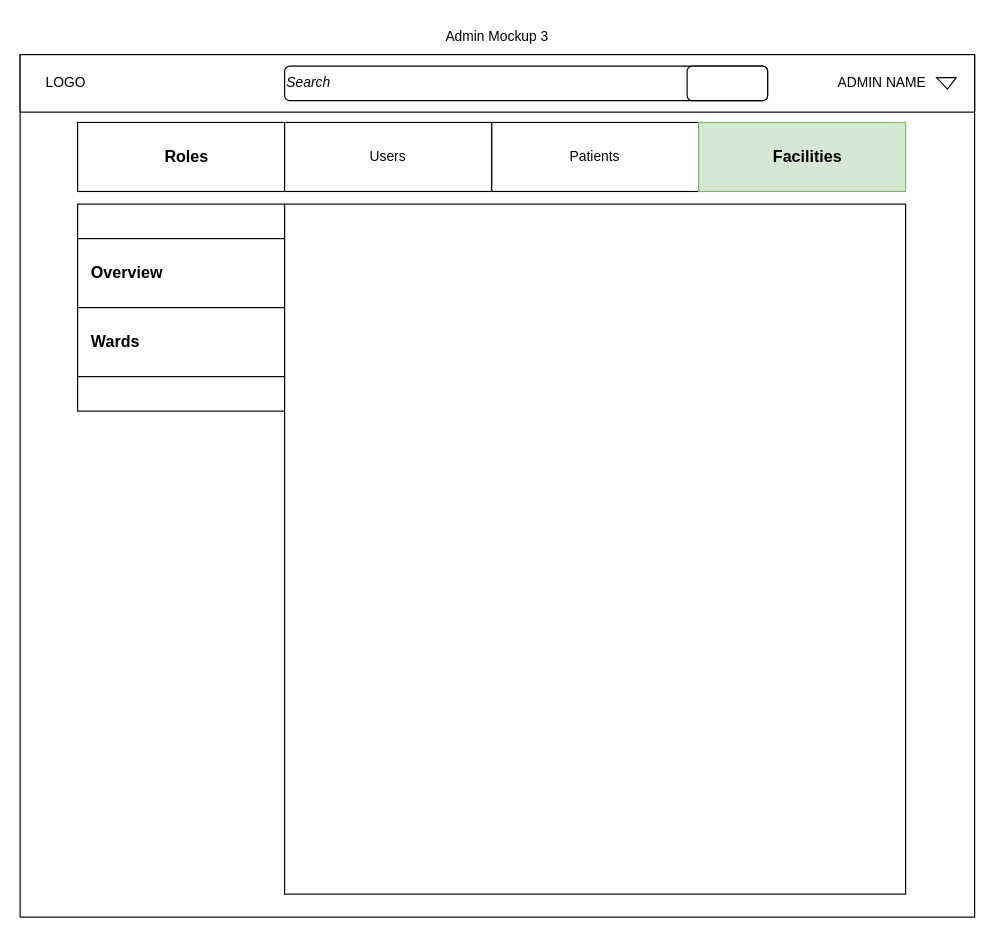
This is page "Mockup 3" (3 of 3) of diagrams/AdminPage.drawio from empty-works/plain-emrs-no-fw, a draw.io file, before an edit. Source tidied: cells renumbered, new cells numbered last; positions are measured from the earlier drawing's top-left corner, leaving out a move shared by most shapes. Both pictures are drawn from the tidied source at 115%, with x=0, y=0 at pixel (20, 20).
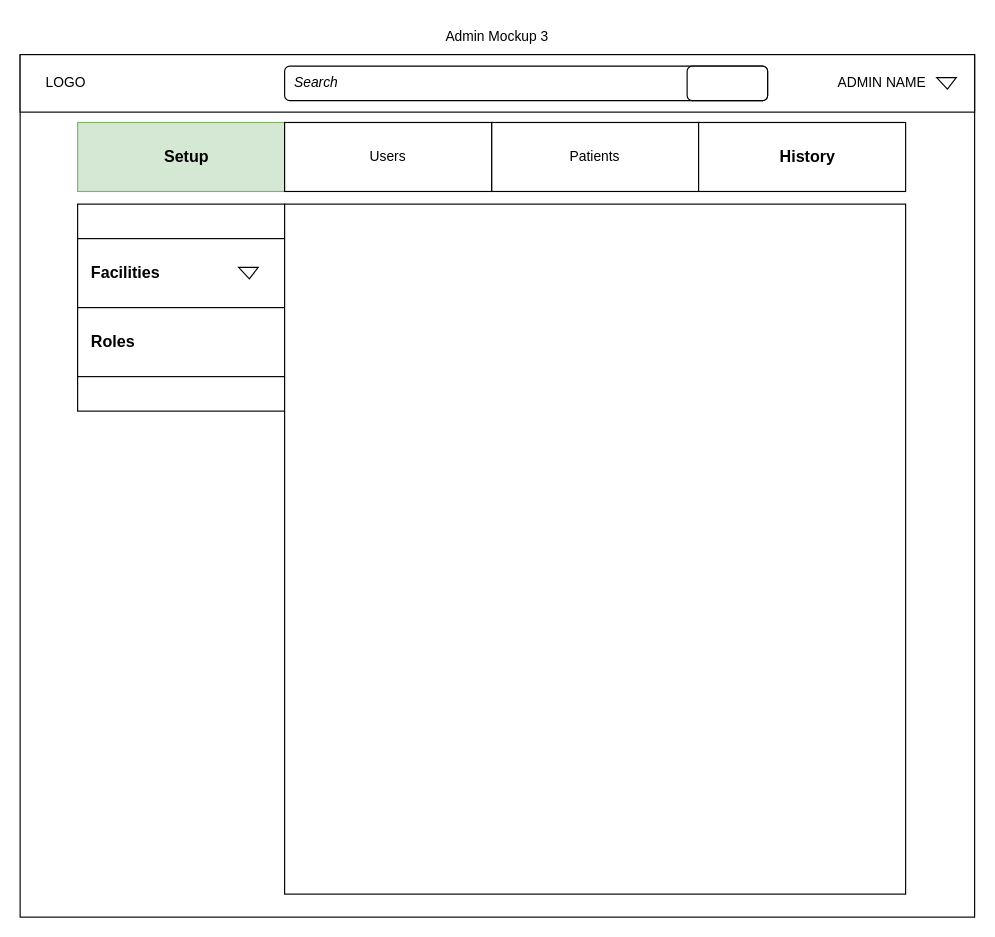
The same page after the edit.

Commit message:
Admin Page mockup 3 update. One category is now Setup for setting facilities, roles etc. Another tab was added to see a history of updates.

Change to the diagram source:
```diff
@@
 <mxGraphModel>
   <root>
     <mxCell id="0" />
     <mxCell id="1" parent="0" />
     <mxCell id="2" style="rounded=0;whiteSpace=wrap;html=1;" parent="1" vertex="1">
       <mxGeometry y="30" width="830" height="750" as="geometry" />
     </mxCell>
     <mxCell id="3" style="rounded=0;whiteSpace=wrap;html=1;" parent="1" vertex="1">
       <mxGeometry x="50" y="160" width="180" height="180" as="geometry" />
     </mxCell>
     <mxCell id="4" style="rounded=0;whiteSpace=wrap;html=1;" parent="1" vertex="1">
       <mxGeometry y="30" width="830" height="50" as="geometry" />
     </mxCell>
     <mxCell id="5" value="LOGO" style="text;html=1;strokeColor=none;fillColor=none;align=center;verticalAlign=middle;whiteSpace=wrap;rounded=0;" parent="1" vertex="1">
       <mxGeometry x="10" y="40" width="60" height="30" as="geometry" />
     </mxCell>
     <mxCell id="6" value="ADMIN NAME" style="text;html=1;strokeColor=none;fillColor=none;align=right;verticalAlign=middle;whiteSpace=wrap;rounded=0;" parent="1" vertex="1">
       <mxGeometry x="630" y="40" width="160" height="30" as="geometry" />
     </mxCell>
     <mxCell id="7" style="verticalLabelPosition=bottom;verticalAlign=top;html=1;shape=mxgraph.basic.acute_triangle;dx=0.45;fontSize=14;rotation=-180;" parent="1" vertex="1">
       <mxGeometry x="797" y="50" width="17" height="10" as="geometry" />
     </mxCell>
     <mxCell id="8" value="Admin Mockup 3" style="text;html=1;strokeColor=none;fillColor=none;align=center;verticalAlign=middle;whiteSpace=wrap;rounded=0;" parent="1" vertex="1">
       <mxGeometry x="230" width="370" height="30" as="geometry" />
     </mxCell>
     <mxCell id="9" value="Patients" style="rounded=0;whiteSpace=wrap;html=1;" parent="1" vertex="1">
       <mxGeometry x="410" y="89" width="180" height="60" as="geometry" />
     </mxCell>
-    <mxCell id="10" value="&lt;div align=&quot;center&quot;&gt;Facilities&lt;/div&gt;" style="rounded=0;whiteSpace=wrap;html=1;align=center;spacingLeft=10;fontStyle=1;fontSize=14;fillColor=#d5e8d4;strokeColor=#82b366;" parent="1" vertex="1">
-      <mxGeometry x="590" y="89" width="180" height="60" as="geometry" />
+    <mxCell id="10" value="Setup" style="rounded=0;whiteSpace=wrap;html=1;align=center;spacingLeft=10;fontStyle=1;fontSize=14;fillColor=#d5e8d4;strokeColor=#82b366;" parent="1" vertex="1">
+      <mxGeometry x="50" y="89" width="180" height="60" as="geometry" />
     </mxCell>
-    <mxCell id="11" value="Overview" style="rounded=0;whiteSpace=wrap;html=1;align=left;spacingLeft=10;fontStyle=1;fontSize=14;" parent="1" vertex="1">
+    <mxCell id="11" value="Facilities" style="rounded=0;whiteSpace=wrap;html=1;align=left;spacingLeft=10;fontStyle=1;fontSize=14;" parent="1" vertex="1">
       <mxGeometry x="50" y="190" width="180" height="60" as="geometry" />
     </mxCell>
     <mxCell id="12" value="Roles" style="rounded=0;whiteSpace=wrap;html=1;align=center;spacingLeft=10;fontSize=14;fontStyle=1;" parent="1" vertex="1">
       <mxGeometry x="290" y="310" width="180" height="60" as="geometry" />
     </mxCell>
-    <mxCell id="13" value="Wards" style="rounded=0;whiteSpace=wrap;html=1;align=left;spacingLeft=10;fontStyle=1;fontSize=14;" parent="1" vertex="1">
+    <mxCell id="13" value="Roles" style="rounded=0;whiteSpace=wrap;html=1;align=left;spacingLeft=10;fontStyle=1;fontSize=14;" parent="1" vertex="1">
       <mxGeometry x="50" y="250" width="180" height="60" as="geometry" />
     </mxCell>
     <mxCell id="14" style="rounded=0;whiteSpace=wrap;html=1;" parent="1" vertex="1">
       <mxGeometry x="230" y="160" width="540" height="600" as="geometry" />
     </mxCell>
-    <mxCell id="15" value="&lt;div align=&quot;left&quot;&gt;&lt;i&gt;Search&lt;/i&gt;&lt;/div&gt;" style="rounded=1;whiteSpace=wrap;html=1;align=left;" parent="1" vertex="1">
+    <mxCell id="15" value="&lt;div align=&quot;left&quot;&gt;&lt;i&gt;&amp;nbsp; Search&lt;/i&gt;&lt;/div&gt;" style="rounded=1;whiteSpace=wrap;html=1;align=left;" parent="1" vertex="1">
       <mxGeometry x="230" y="40" width="420" height="30" as="geometry" />
     </mxCell>
     <mxCell id="16" style="rounded=1;whiteSpace=wrap;html=1;" parent="1" vertex="1">
       <mxGeometry x="580" y="40" width="70" height="30" as="geometry" />
     </mxCell>
-    <mxCell id="17" value="Roles" style="rounded=0;whiteSpace=wrap;html=1;align=center;spacingLeft=10;fontSize=14;fontStyle=1;" parent="1" vertex="1">
-      <mxGeometry x="50" y="89" width="180" height="60" as="geometry" />
+    <mxCell id="17" value="History" style="rounded=0;whiteSpace=wrap;html=1;align=center;spacingLeft=10;fontSize=14;fontStyle=1;" parent="1" vertex="1">
+      <mxGeometry x="590" y="89" width="180" height="60" as="geometry" />
     </mxCell>
     <mxCell id="18" value="Users" style="rounded=0;whiteSpace=wrap;html=1;" parent="1" vertex="1">
       <mxGeometry x="230" y="89" width="180" height="60" as="geometry" />
     </mxCell>
+    <mxCell id="19" style="verticalLabelPosition=bottom;verticalAlign=top;html=1;shape=mxgraph.basic.acute_triangle;dx=0.45;fontSize=14;rotation=-180;" parent="1" vertex="1">
+      <mxGeometry x="190" y="215" width="17" height="10" as="geometry" />
+    </mxCell>
   </root>
 </mxGraphModel>
```
